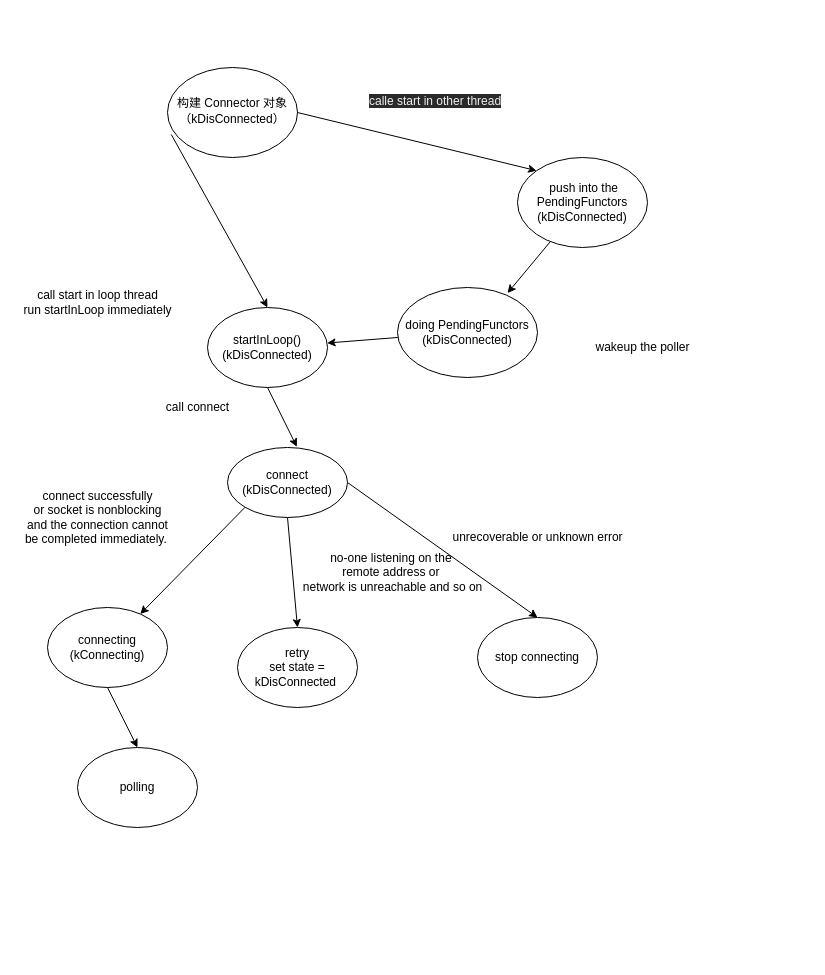
Earlier version of the draw.io diagram src/net/ConnectorState.drawio (yhy20/mrpc). Source tidied: cells renumbered, new cells numbered last; positions are measured from the earlier drawing's top-left corner, leaving out a move shared by most shapes. Both pictures are drawn from the tidied source at 100%, with x=0, y=0 at pixel (17, 67).
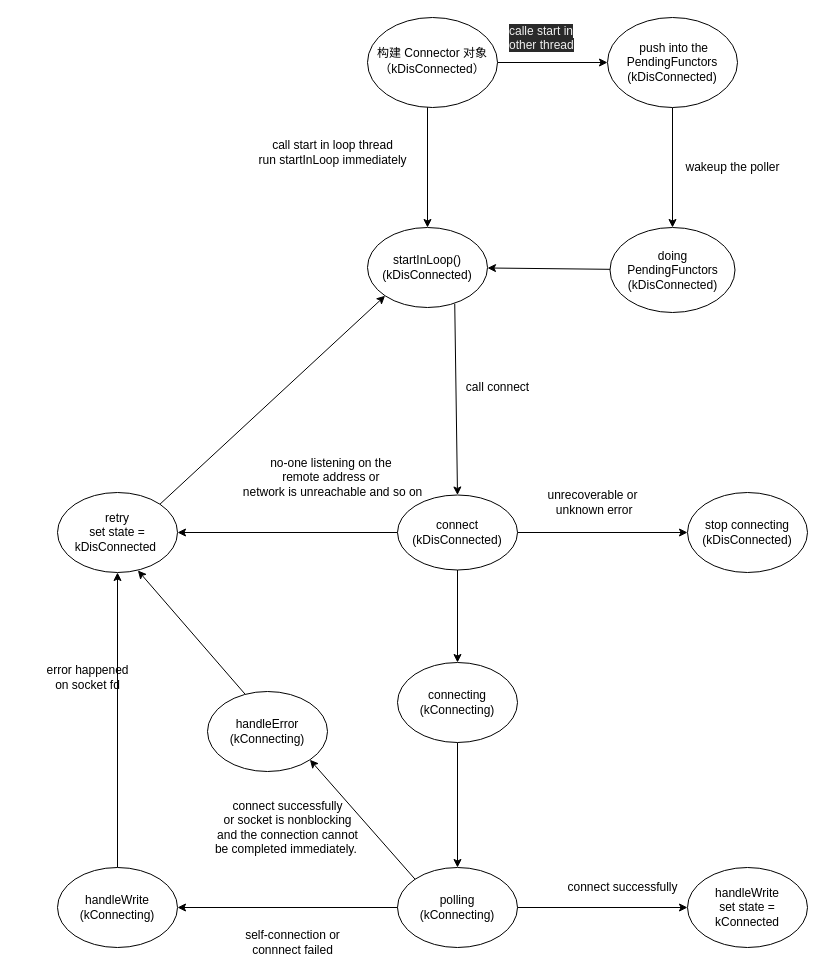
Above is the later version.

Change to the diagram source:
```diff
@@
-    <mxCell id="2" style="edgeStyle=none;html=1;exitX=0.029;exitY=0.744;exitDx=0;exitDy=0;entryX=0.5;entryY=0;entryDx=0;entryDy=0;exitPerimeter=0;" parent="1" edge="1" source="4" target="6">
-      <mxGeometry relative="1" as="geometry" />
+    <mxCell id="2" style="edgeStyle=none;html=1;entryX=0.5;entryY=0;entryDx=0;entryDy=0;" parent="1" edge="1" target="6">
+      <mxGeometry relative="1" as="geometry">
+        <mxPoint x="410" as="sourcePoint" />
+      </mxGeometry>
     </mxCell>
-    <mxCell id="3" style="edgeStyle=none;html=1;exitX=1;exitY=0.5;exitDx=0;exitDy=0;entryX=0;entryY=0;entryDx=0;entryDy=0;" parent="1" edge="1" source="4" target="9">
+    <mxCell id="3" style="edgeStyle=none;html=1;exitX=1;exitY=0.5;exitDx=0;exitDy=0;entryX=0;entryY=0.5;entryDx=0;entryDy=0;" parent="1" edge="1" source="4" target="9">
       <mxGeometry relative="1" as="geometry" />
     </mxCell>
     <mxCell id="4" value="&lt;span&gt;构建 Connector 对象&lt;/span&gt;&lt;br&gt;&lt;span&gt;（kDisConnected）&lt;/span&gt;&lt;span style=&quot;color: rgb(79 , 193 , 255) ; background-color: rgb(30 , 30 , 30) ; font-family: &amp;#34;yahei consolas hybrid&amp;#34; , &amp;#34;consolas&amp;#34; , &amp;#34;courier new&amp;#34; , monospace ; font-size: 16px&quot;&gt;&lt;br&gt;&lt;/span&gt;" style="ellipse;whiteSpace=wrap;html=1;" parent="1" vertex="1">
-      <mxGeometry x="150" width="130" height="90" as="geometry" />
+      <mxGeometry x="350" y="-50" width="130" height="90" as="geometry" />
     </mxCell>
-    <mxCell id="5" style="edgeStyle=none;html=1;entryX=0.578;entryY=-0.01;entryDx=0;entryDy=0;entryPerimeter=0;exitX=0.5;exitY=1;exitDx=0;exitDy=0;" parent="1" edge="1" source="6" target="17">
+    <mxCell id="5" style="edgeStyle=none;html=1;entryX=0.5;entryY=0;entryDx=0;entryDy=0;exitX=0.727;exitY=0.952;exitDx=0;exitDy=0;exitPerimeter=0;" parent="1" edge="1" source="6" target="17">
       <mxGeometry relative="1" as="geometry" />
     </mxCell>
     <mxCell id="6" value="startInLoop()&lt;br&gt;(kDisConnected)" style="ellipse;whiteSpace=wrap;html=1;" parent="1" vertex="1">
-      <mxGeometry x="190" y="240" width="120" height="80" as="geometry" />
+      <mxGeometry x="350" y="160" width="120" height="80" as="geometry" />
     </mxCell>
     <mxCell id="7" value="call start in loop thread&lt;br&gt;run startInLoop&amp;nbsp;immediately" style="text;html=1;align=center;verticalAlign=middle;strokeColor=none;fillColor=none;" parent="1" vertex="1">
-      <mxGeometry y="220" width="160" height="30" as="geometry" />
+      <mxGeometry x="235" y="70" width="160" height="30" as="geometry" />
     </mxCell>
-    <mxCell id="8" style="edgeStyle=none;html=1;entryX=0.786;entryY=0.062;entryDx=0;entryDy=0;entryPerimeter=0;" parent="1" edge="1" source="9" target="12">
+    <mxCell id="8" style="edgeStyle=none;html=1;" parent="1" edge="1" source="9" target="12">
       <mxGeometry relative="1" as="geometry" />
     </mxCell>
     <mxCell id="9" value="&amp;nbsp;push into the PendingFunctors&lt;br&gt;(kDisConnected)" style="ellipse;whiteSpace=wrap;html=1;" parent="1" vertex="1">
-      <mxGeometry x="500" y="90" width="130" height="90" as="geometry" />
+      <mxGeometry x="590" y="-50" width="130" height="90" as="geometry" />
     </mxCell>
-    <mxCell id="10" value="&lt;span style=&quot;color: rgb(240 , 240 , 240) ; font-family: &amp;#34;helvetica&amp;#34; ; font-size: 12px ; font-style: normal ; font-weight: 400 ; letter-spacing: normal ; text-align: center ; text-indent: 0px ; text-transform: none ; word-spacing: 0px ; background-color: rgb(42 , 42 , 42) ; display: inline ; float: none&quot;&gt;calle start in other&amp;nbsp;thread&lt;br&gt;&lt;/span&gt;" style="text;whiteSpace=wrap;html=1;" parent="1" vertex="1">
-      <mxGeometry x="350" y="20" width="136" height="30" as="geometry" />
+    <mxCell id="10" value="&lt;span style=&quot;color: rgb(240 , 240 , 240) ; font-family: &amp;#34;helvetica&amp;#34; ; font-size: 12px ; font-style: normal ; font-weight: 400 ; letter-spacing: normal ; text-align: center ; text-indent: 0px ; text-transform: none ; word-spacing: 0px ; background-color: rgb(42 , 42 , 42) ; display: inline ; float: none&quot;&gt;calle start in &lt;br&gt;other&amp;nbsp;thread&lt;br&gt;&lt;/span&gt;" style="text;whiteSpace=wrap;html=1;" parent="1" vertex="1">
+      <mxGeometry x="490" y="-50" width="80" height="50" as="geometry" />
     </mxCell>
@@
     <mxCell id="12" value="doing PendingFunctors&lt;br&gt;(kDisConnected)" style="ellipse;whiteSpace=wrap;html=1;" parent="1" vertex="1">
-      <mxGeometry x="380" y="220" width="140" height="90" as="geometry" />
+      <mxGeometry x="592.5" y="160" width="125" height="85" as="geometry" />
     </mxCell>
     <mxCell id="13" value="wakeup the poller" style="text;html=1;align=center;verticalAlign=middle;strokeColor=none;fillColor=none;" parent="1" vertex="1">
-      <mxGeometry x="570" y="270" width="110" height="20" as="geometry" />
+      <mxGeometry x="660" y="90" width="110" height="20" as="geometry" />
     </mxCell>
-    <mxCell id="14" style="edgeStyle=none;html=1;exitX=0;exitY=1;exitDx=0;exitDy=0;" parent="1" edge="1" source="17" target="20">
+    <mxCell id="14" style="edgeStyle=none;html=1;exitX=0.5;exitY=1;exitDx=0;exitDy=0;" parent="1" edge="1" source="17" target="20">
       <mxGeometry relative="1" as="geometry" />
     </mxCell>
-    <mxCell id="15" style="edgeStyle=none;html=1;exitX=0.5;exitY=1;exitDx=0;exitDy=0;entryX=0.5;entryY=0;entryDx=0;entryDy=0;" parent="1" edge="1" source="17" target="22">
+    <mxCell id="15" style="edgeStyle=none;html=1;exitX=0;exitY=0.5;exitDx=0;exitDy=0;entryX=1;entryY=0.5;entryDx=0;entryDy=0;" parent="1" edge="1" source="17" target="22">
       <mxGeometry relative="1" as="geometry" />
     </mxCell>
-    <mxCell id="16" style="edgeStyle=none;html=1;exitX=1;exitY=0.5;exitDx=0;exitDy=0;entryX=0.5;entryY=0;entryDx=0;entryDy=0;" parent="1" edge="1" source="17" target="23">
+    <mxCell id="16" style="edgeStyle=none;html=1;exitX=1;exitY=0.5;exitDx=0;exitDy=0;" parent="1" edge="1" source="17" target="23">
       <mxGeometry relative="1" as="geometry" />
     </mxCell>
     <mxCell id="17" value="connect&lt;br&gt;(kDisConnected)" style="ellipse;whiteSpace=wrap;html=1;" parent="1" vertex="1">
-      <mxGeometry x="210" y="380" width="120" height="70" as="geometry" />
+      <mxGeometry x="380" y="427.5" width="120" height="75" as="geometry" />
     </mxCell>
     <mxCell id="18" value="call connect&lt;br&gt;" style="text;html=1;align=center;verticalAlign=middle;strokeColor=none;fillColor=none;" parent="1" vertex="1">
-      <mxGeometry x="140" y="330" width="80" height="20" as="geometry" />
+      <mxGeometry x="440" y="310" width="80" height="20" as="geometry" />
     </mxCell>
-    <mxCell id="19" style="edgeStyle=none;html=1;exitX=0.5;exitY=1;exitDx=0;exitDy=0;entryX=0.5;entryY=0;entryDx=0;entryDy=0;fontFamily=Helvetica;fontSize=12;fontColor=default;" parent="1" edge="1" source="20" target="26">
+    <mxCell id="19" style="edgeStyle=none;html=1;exitX=0.5;exitY=1;exitDx=0;exitDy=0;fontFamily=Helvetica;fontSize=12;fontColor=default;" parent="1" edge="1" source="20" target="26">
       <mxGeometry relative="1" as="geometry" />
     </mxCell>
     <mxCell id="20" value="connecting&lt;br&gt;(kConnecting)" style="ellipse;whiteSpace=wrap;html=1;" parent="1" vertex="1">
-      <mxGeometry x="30" y="540" width="120" height="80" as="geometry" />
+      <mxGeometry x="380" y="595" width="120" height="80" as="geometry" />
     </mxCell>
     <mxCell id="21" value="connect successfully&lt;br&gt;or socket is nonblocking &lt;br&gt;and the connection cannot&lt;br&gt;be completed immediately.&amp;nbsp;" style="text;html=1;align=center;verticalAlign=middle;strokeColor=none;fillColor=none;" parent="1" vertex="1">
-      <mxGeometry y="420" width="160" height="60" as="geometry" />
+      <mxGeometry x="190" y="730" width="160" height="60" as="geometry" />
     </mxCell>
+    <mxCell id="27" style="edgeStyle=none;html=1;exitX=1;exitY=0;exitDx=0;exitDy=0;entryX=0;entryY=1;entryDx=0;entryDy=0;" parent="1" edge="1" source="22" target="6">
+      <mxGeometry relative="1" as="geometry" />
+    </mxCell>
     <mxCell id="22" value="retry&lt;br&gt;set state = &lt;br&gt;kDisConnected&amp;nbsp;" style="ellipse;whiteSpace=wrap;html=1;" parent="1" vertex="1">
-      <mxGeometry x="220" y="560" width="120" height="80" as="geometry" />
+      <mxGeometry x="40" y="425" width="120" height="80" as="geometry" />
     </mxCell>
-    <mxCell id="23" value="stop connecting" style="ellipse;whiteSpace=wrap;html=1;" parent="1" vertex="1">
-      <mxGeometry x="460" y="550" width="120" height="80" as="geometry" />
+    <mxCell id="23" value="stop connecting&lt;br&gt;(kDisConnected)" style="ellipse;whiteSpace=wrap;html=1;" parent="1" vertex="1">
+      <mxGeometry x="670" y="425" width="120" height="80" as="geometry" />
     </mxCell>
     <mxCell id="24" value="no-one listening on the&amp;nbsp;&lt;br&gt;remote address or&amp;nbsp;&lt;br&gt;network is unreachable and so on" style="text;html=1;align=center;verticalAlign=middle;strokeColor=none;fillColor=none;" parent="1" vertex="1">
-      <mxGeometry x="280" y="480" width="190" height="50" as="geometry" />
+      <mxGeometry x="220" y="385" width="190" height="50" as="geometry" />
     </mxCell>
-    <mxCell id="25" value="unrecoverable or unknown error&lt;br&gt;" style="text;html=1;align=center;verticalAlign=middle;strokeColor=none;fillColor=none;fontSize=12;fontFamily=Helvetica;fontColor=default;" parent="1" vertex="1">
-      <mxGeometry x="425" y="460" width="190" height="20" as="geometry" />
+    <mxCell id="25" value="unrecoverable or&lt;br&gt;&amp;nbsp;unknown error" style="text;html=1;align=center;verticalAlign=middle;strokeColor=none;fillColor=none;fontSize=12;fontFamily=Helvetica;fontColor=default;" parent="1" vertex="1">
+      <mxGeometry x="520" y="420" width="110" height="30" as="geometry" />
     </mxCell>
+    <mxCell id="28" style="edgeStyle=none;html=1;exitX=1;exitY=0.5;exitDx=0;exitDy=0;entryX=0;entryY=0.5;entryDx=0;entryDy=0;" parent="1" edge="1" source="26" target="33">
+      <mxGeometry relative="1" as="geometry" />
+    </mxCell>
+    <mxCell id="29" style="edgeStyle=none;html=1;exitX=0;exitY=0;exitDx=0;exitDy=0;entryX=1;entryY=1;entryDx=0;entryDy=0;" parent="1" edge="1" source="26" target="32">
+      <mxGeometry relative="1" as="geometry" />
+    </mxCell>
+    <mxCell id="30" style="edgeStyle=none;html=1;exitX=0;exitY=0.5;exitDx=0;exitDy=0;entryX=1;entryY=0.5;entryDx=0;entryDy=0;" parent="1" edge="1" source="26" target="36">
+      <mxGeometry relative="1" as="geometry" />
+    </mxCell>
-    <mxCell id="26" value="polling" style="ellipse;whiteSpace=wrap;html=1;fontFamily=Helvetica;fontSize=12;fontColor=default;fillColor=none;gradientColor=none;" parent="1" vertex="1">
-      <mxGeometry x="60" y="680" width="120" height="80" as="geometry" />
+    <mxCell id="26" value="polling&lt;br&gt;(kConnecting)" style="ellipse;whiteSpace=wrap;html=1;fontFamily=Helvetica;fontSize=12;fontColor=default;fillColor=none;gradientColor=none;" parent="1" vertex="1">
+      <mxGeometry x="380" y="800" width="120" height="80" as="geometry" />
     </mxCell>
+    <mxCell id="31" style="edgeStyle=none;html=1;exitX=0.313;exitY=0.033;exitDx=0;exitDy=0;exitPerimeter=0;entryX=0.67;entryY=0.975;entryDx=0;entryDy=0;entryPerimeter=0;" parent="1" edge="1" source="32" target="22">
+      <mxGeometry relative="1" as="geometry" />
+    </mxCell>
+    <mxCell id="32" value="handleError&lt;br&gt;(kConnecting)" style="ellipse;whiteSpace=wrap;html=1;" parent="1" vertex="1">
+      <mxGeometry x="190" y="624" width="120" height="80" as="geometry" />
+    </mxCell>
+    <mxCell id="33" value="handleWrite&lt;br&gt;set state =&lt;br&gt;kConnected" style="ellipse;whiteSpace=wrap;html=1;" parent="1" vertex="1">
+      <mxGeometry x="670" y="800" width="120" height="80" as="geometry" />
+    </mxCell>
+    <mxCell id="34" value="error happened &lt;br&gt;on socket fd" style="text;html=1;align=center;verticalAlign=middle;strokeColor=none;fillColor=none;" parent="1" vertex="1">
+      <mxGeometry x="20" y="595" width="100" height="30" as="geometry" />
+    </mxCell>
+    <mxCell id="35" style="edgeStyle=none;html=1;exitX=0.5;exitY=0;exitDx=0;exitDy=0;" parent="1" edge="1" source="36" target="22">
+      <mxGeometry relative="1" as="geometry" />
+    </mxCell>
+    <mxCell id="36" value="handleWrite&lt;br&gt;(kConnecting)" style="ellipse;whiteSpace=wrap;html=1;" parent="1" vertex="1">
+      <mxGeometry x="40" y="800" width="120" height="80" as="geometry" />
+    </mxCell>
+    <mxCell id="37" value="self-connection or &lt;br&gt;connnect failed" style="text;html=1;align=center;verticalAlign=middle;strokeColor=none;fillColor=none;" parent="1" vertex="1">
+      <mxGeometry x="220" y="860" width="110" height="30" as="geometry" />
+    </mxCell>
+    <mxCell id="38" value="connect successfully" style="text;html=1;align=center;verticalAlign=middle;strokeColor=none;fillColor=none;" parent="1" vertex="1">
+      <mxGeometry x="540" y="810" width="130" height="20" as="geometry" />
+    </mxCell>
```
